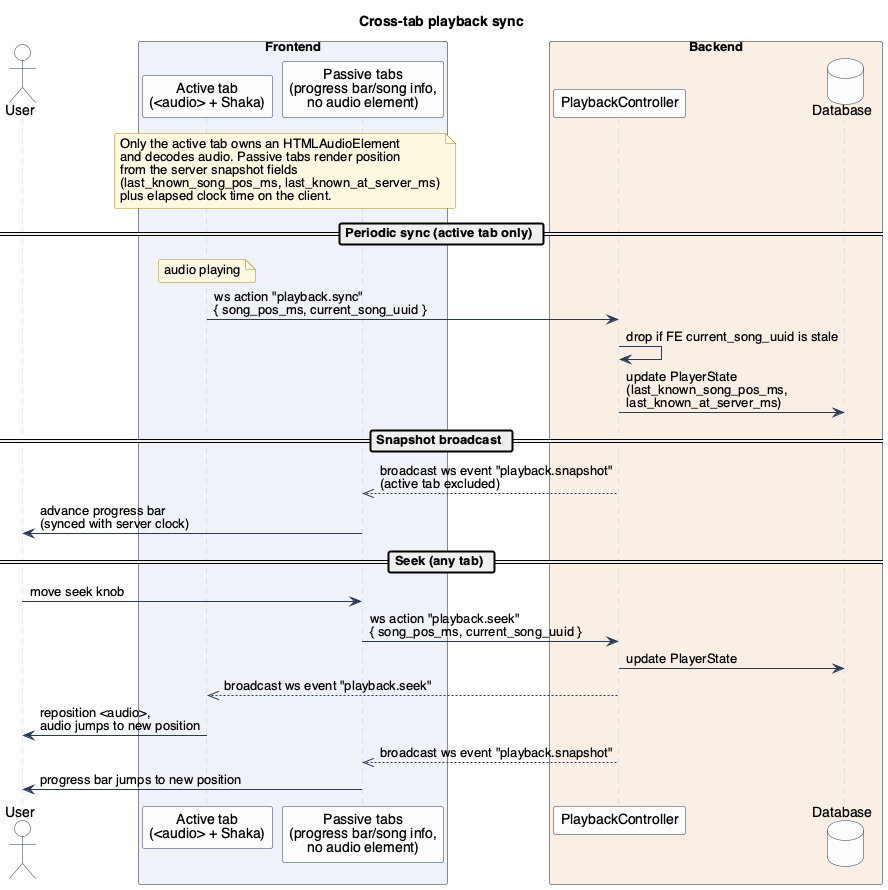
Before: text/diagrams/PlaybackSync.png, a diagram exported from PlantUML (ddrddrr/musikk).
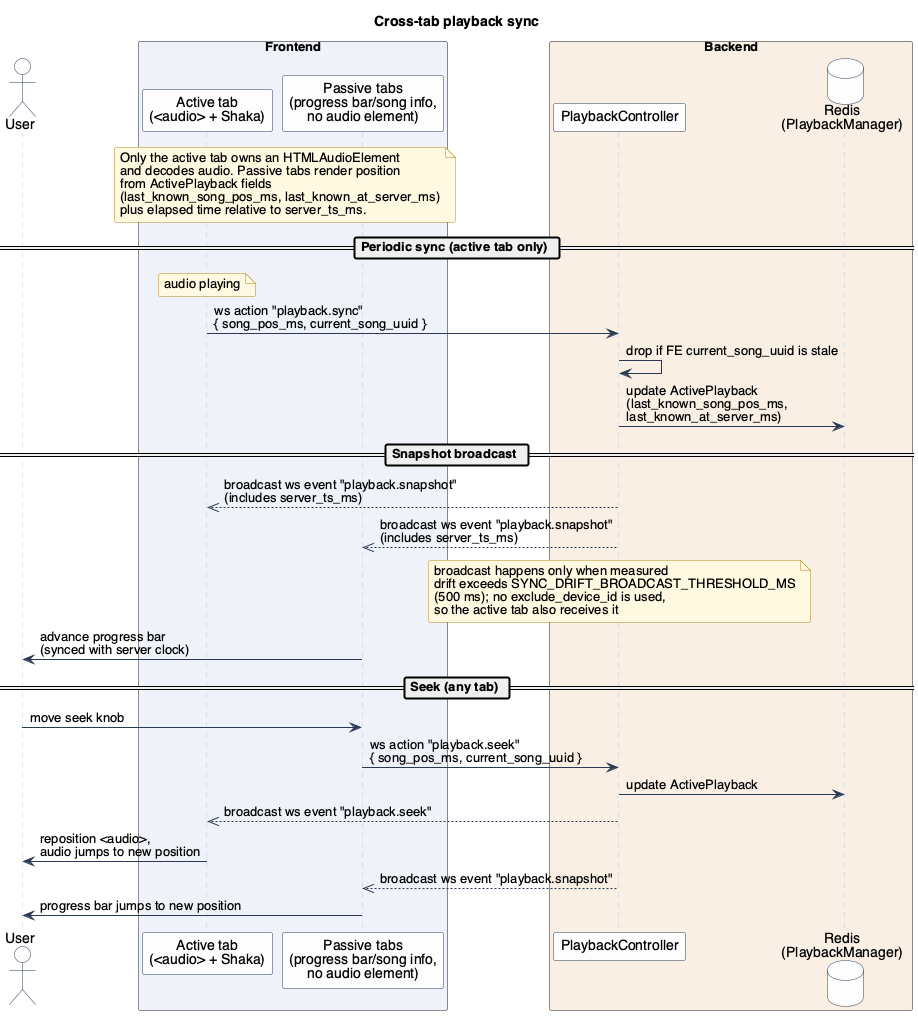
Later version of the same file.

Change to the diagram source:
```diff
@@ -13,31 +13,38 @@
 
 box "Backend" #F8EFE5
 participant "PlaybackController" as backend
-database "Database" as database
+database "Redis\n(PlaybackManager)" as redis
 end box
 
 note over active_tab, passive_tabs
 Only the active tab owns an HTMLAudioElement
 and decodes audio. Passive tabs render position
-from the server snapshot fields
+from ActivePlayback fields
 (last_known_song_pos_ms, last_known_at_server_ms)
-plus elapsed clock time on the client.
+plus elapsed time relative to server_ts_ms.
 end note
 
 == Periodic sync (active tab only) ==
 note over active_tab : audio playing
 active_tab -> backend : ws action "playback.sync"\n{ song_pos_ms, current_song_uuid }
 backend -> backend : drop if FE current_song_uuid is stale
-backend -> database : update PlayerState\n(last_known_song_pos_ms,\nlast_known_at_server_ms)
+backend -> redis : update ActivePlayback\n(last_known_song_pos_ms,\nlast_known_at_server_ms)
 
 == Snapshot broadcast ==
-backend -->> passive_tabs : broadcast ws event "playback.snapshot"\n(active tab excluded)
+backend -->> active_tab : broadcast ws event "playback.snapshot"\n(includes server_ts_ms)
+backend -->> passive_tabs : broadcast ws event "playback.snapshot"\n(includes server_ts_ms)
+note over backend
+broadcast happens only when measured
+drift exceeds SYNC_DRIFT_BROADCAST_THRESHOLD_MS
+(500 ms); no exclude_device_id is used,
+so the active tab also receives it
+end note
 passive_tabs -> user : advance progress bar\n(synced with server clock)
 
 == Seek (any tab) ==
 user -> passive_tabs : move seek knob
 passive_tabs -> backend : ws action "playback.seek"\n{ song_pos_ms, current_song_uuid }
-backend -> database : update PlayerState
+backend -> redis : update ActivePlayback
 backend -->> active_tab : broadcast ws event "playback.seek"
 active_tab -> user : reposition <audio>,\naudio jumps to new position
 backend -->> passive_tabs : broadcast ws event "playback.snapshot"
```
